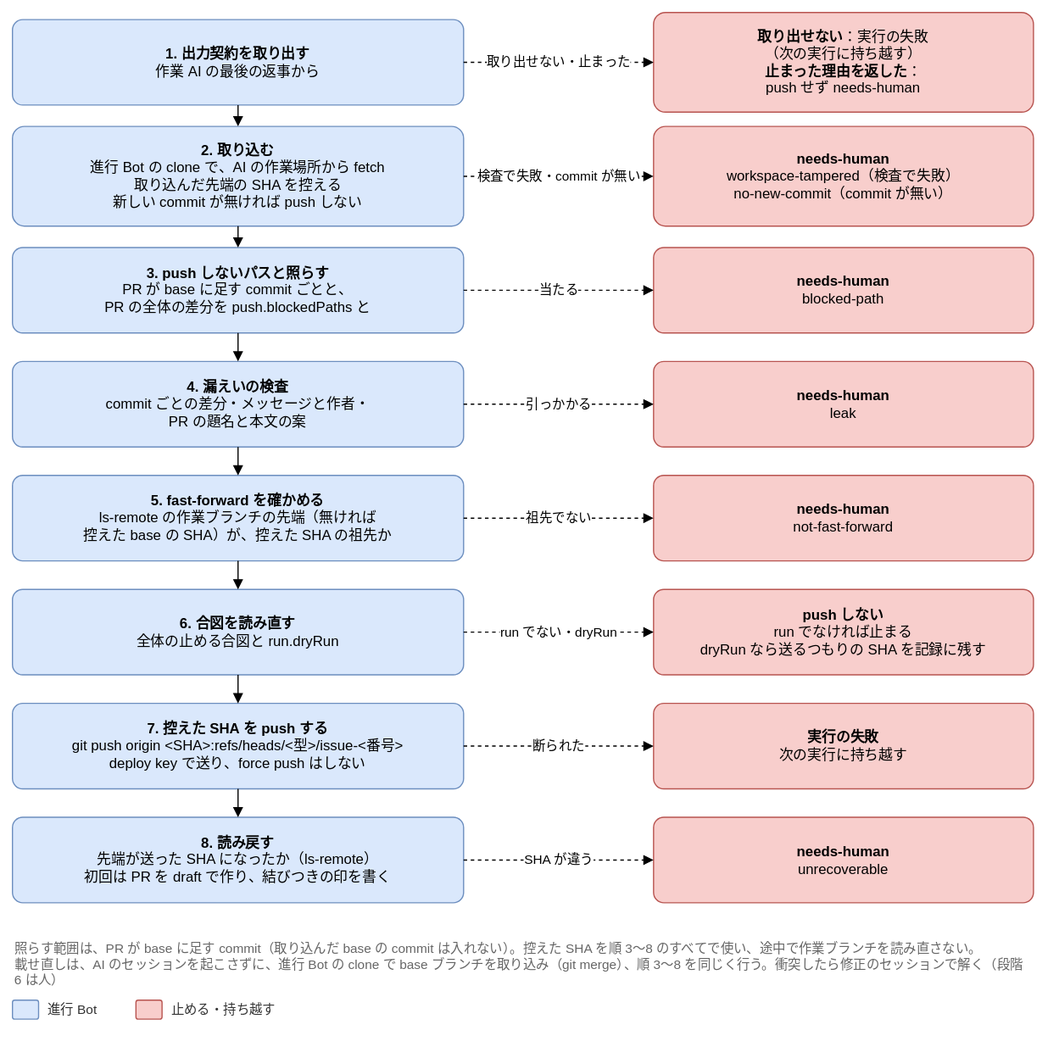
Above: docs/design/basic/diagrams/02-push.drawio.svg in Joymerrevent/dev-autopilot (draw.io), before the change. Source tidied: cells renumbered, new cells last; positions are measured from the earlier drawing's top-left corner, leaving out a move shared by most shapes.
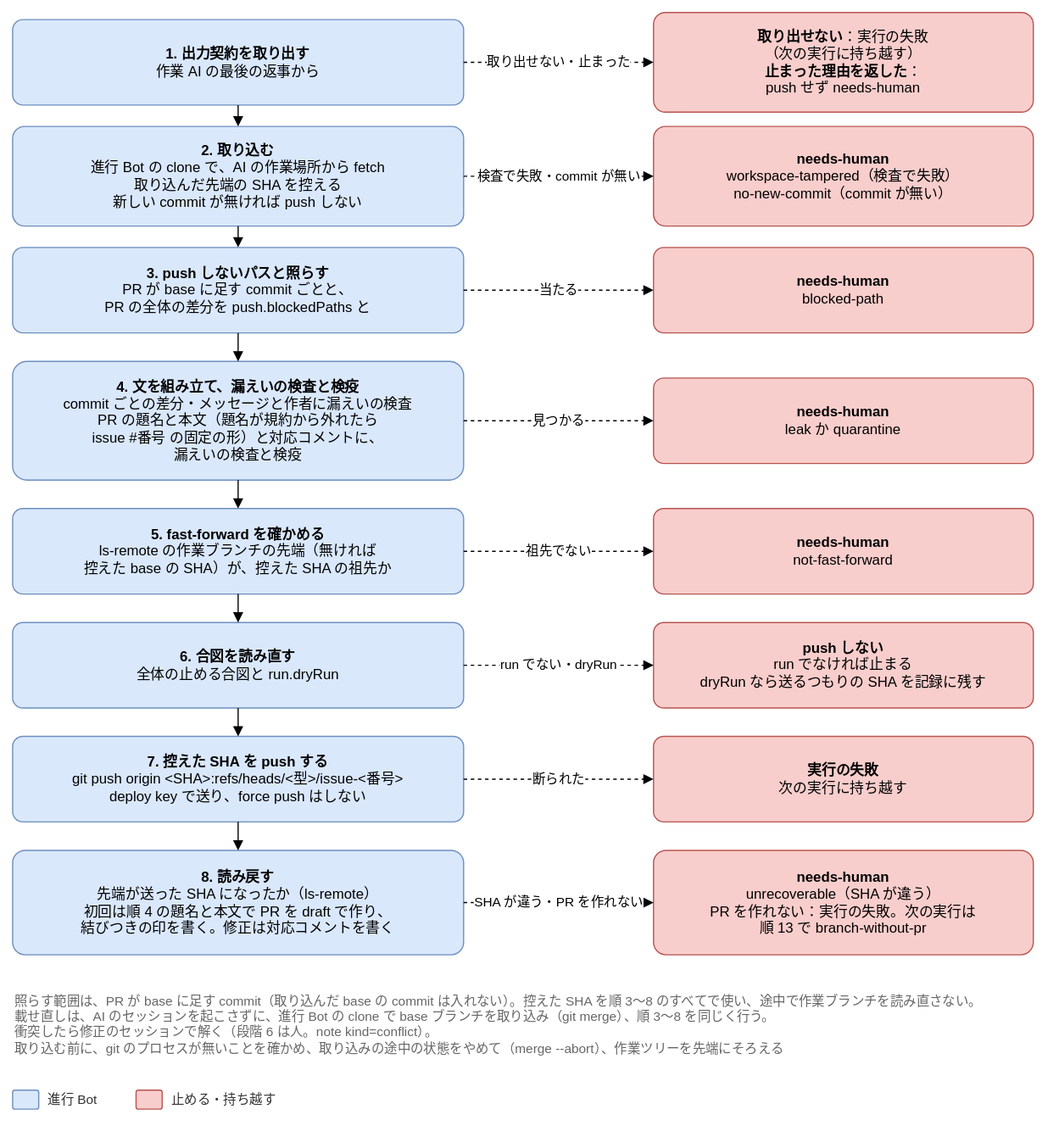
The same file after the commit.

What changed in the source:
```diff
@@ -35,23 +35,23 @@
     <mxCell id="12" style="edgeStyle=orthogonalEdgeStyle;rounded=1;html=1;endArrow=block;endFill=1;fontSize=11;labelBackgroundColor=#ffffff;exitX=0.5;exitY=1;exitDx=0;exitDy=0;entryX=0.5;entryY=0;entryDx=0;entryDy=0;" parent="1" edge="1" source="5" target="9">
       <mxGeometry relative="1" as="geometry" />
     </mxCell>
-    <mxCell id="13" value="&lt;b&gt;4. 漏えいの検査&lt;/b&gt;&lt;br&gt;commit ごとの差分・メッセージと作者・&lt;br&gt;PR の題名と本文の案" style="rounded=1;whiteSpace=wrap;html=1;fontSize=12;arcSize=12;spacing=12;fillColor=#dae8fc;strokeColor=#6c8ebf;" parent="1" vertex="1">
-      <mxGeometry y="294" width="380" height="72" as="geometry" />
+    <mxCell id="13" value="&lt;b&gt;4. 文を組み立て、漏えいの検査と検疫&lt;/b&gt;&lt;br&gt;commit ごとの差分・メッセージと作者に漏えいの検査&lt;br&gt;PR の題名と本文（題名が規約から外れたら&lt;br&gt;issue #番号 の固定の形）と対応コメントに、&lt;br&gt;漏えいの検査と検疫" style="rounded=1;whiteSpace=wrap;html=1;fontSize=12;arcSize=12;spacing=12;fillColor=#dae8fc;strokeColor=#6c8ebf;" parent="1" vertex="1">
+      <mxGeometry y="294" width="380" height="100" as="geometry" />
     </mxCell>
-    <mxCell id="14" value="&lt;b&gt;needs-human&lt;/b&gt;&lt;br&gt;leak" style="rounded=1;whiteSpace=wrap;html=1;fontSize=12;arcSize=12;spacing=12;fillColor=#f8cecc;strokeColor=#b85450;" parent="1" vertex="1">
-      <mxGeometry x="540" y="294" width="320" height="72" as="geometry" />
+    <mxCell id="14" value="&lt;b&gt;needs-human&lt;/b&gt;&lt;br&gt;leak か quarantine" style="rounded=1;whiteSpace=wrap;html=1;fontSize=12;arcSize=12;spacing=12;fillColor=#f8cecc;strokeColor=#b85450;" parent="1" vertex="1">
+      <mxGeometry x="540" y="308" width="320" height="72" as="geometry" />
     </mxCell>
-    <mxCell id="15" value="引っかかる" style="edgeStyle=orthogonalEdgeStyle;rounded=1;html=1;endArrow=block;endFill=1;fontSize=11;labelBackgroundColor=#ffffff;dashed=1;exitX=1;exitY=0.5;exitDx=0;exitDy=0;entryX=0;entryY=0.5;entryDx=0;entryDy=0;" parent="1" edge="1" source="13" target="14">
+    <mxCell id="15" value="見つかる" style="edgeStyle=orthogonalEdgeStyle;rounded=1;html=1;endArrow=block;endFill=1;fontSize=11;labelBackgroundColor=#ffffff;dashed=1;exitX=1;exitY=0.5;exitDx=0;exitDy=0;entryX=0;entryY=0.5;entryDx=0;entryDy=0;" parent="1" edge="1" source="13" target="14">
       <mxGeometry relative="1" as="geometry" />
     </mxCell>
     <mxCell id="16" style="edgeStyle=orthogonalEdgeStyle;rounded=1;html=1;endArrow=block;endFill=1;fontSize=11;labelBackgroundColor=#ffffff;exitX=0.5;exitY=1;exitDx=0;exitDy=0;entryX=0.5;entryY=0;entryDx=0;entryDy=0;" parent="1" edge="1" source="9" target="13">
       <mxGeometry relative="1" as="geometry" />
     </mxCell>
     <mxCell id="17" value="&lt;b&gt;5. fast-forward を確かめる&lt;/b&gt;&lt;br&gt;ls-remote の作業ブランチの先端（無ければ&lt;br&gt;控えた base の SHA）が、控えた SHA の祖先か" style="rounded=1;whiteSpace=wrap;html=1;fontSize=12;arcSize=12;spacing=12;fillColor=#dae8fc;strokeColor=#6c8ebf;" parent="1" vertex="1">
-      <mxGeometry y="390" width="380" height="72" as="geometry" />
+      <mxGeometry y="418" width="380" height="72" as="geometry" />
     </mxCell>
     <mxCell id="18" value="&lt;b&gt;needs-human&lt;/b&gt;&lt;br&gt;not-fast-forward" style="rounded=1;whiteSpace=wrap;html=1;fontSize=12;arcSize=12;spacing=12;fillColor=#f8cecc;strokeColor=#b85450;" parent="1" vertex="1">
-      <mxGeometry x="540" y="390" width="320" height="72" as="geometry" />
+      <mxGeometry x="540" y="418" width="320" height="72" as="geometry" />
     </mxCell>
     <mxCell id="19" value="祖先でない" style="edgeStyle=orthogonalEdgeStyle;rounded=1;html=1;endArrow=block;endFill=1;fontSize=11;labelBackgroundColor=#ffffff;dashed=1;exitX=1;exitY=0.5;exitDx=0;exitDy=0;entryX=0;entryY=0.5;entryDx=0;entryDy=0;" parent="1" edge="1" source="17" target="18">
       <mxGeometry relative="1" as="geometry" />
@@ -60,10 +60,10 @@
       <mxGeometry relative="1" as="geometry" />
     </mxCell>
     <mxCell id="21" value="&lt;b&gt;6. 合図を読み直す&lt;/b&gt;&lt;br&gt;全体の止める合図と run.dryRun" style="rounded=1;whiteSpace=wrap;html=1;fontSize=12;arcSize=12;spacing=12;fillColor=#dae8fc;strokeColor=#6c8ebf;" parent="1" vertex="1">
-      <mxGeometry y="486" width="380" height="72" as="geometry" />
+      <mxGeometry y="514" width="380" height="72" as="geometry" />
     </mxCell>
     <mxCell id="22" value="&lt;b&gt;push しない&lt;/b&gt;&lt;br&gt;run でなければ止まる&lt;br&gt;dryRun なら送るつもりの SHA を記録に残す" style="rounded=1;whiteSpace=wrap;html=1;fontSize=12;arcSize=12;spacing=12;fillColor=#f8cecc;strokeColor=#b85450;" parent="1" vertex="1">
-      <mxGeometry x="540" y="486" width="320" height="72" as="geometry" />
+      <mxGeometry x="540" y="514" width="320" height="72" as="geometry" />
     </mxCell>
     <mxCell id="23" value="run でない・dryRun" style="edgeStyle=orthogonalEdgeStyle;rounded=1;html=1;endArrow=block;endFill=1;fontSize=11;labelBackgroundColor=#ffffff;dashed=1;exitX=1;exitY=0.5;exitDx=0;exitDy=0;entryX=0;entryY=0.5;entryDx=0;entryDy=0;" parent="1" edge="1" source="21" target="22">
       <mxGeometry relative="1" as="geometry" />
@@ -72,10 +72,10 @@
       <mxGeometry relative="1" as="geometry" />
     </mxCell>
     <mxCell id="25" value="&lt;b&gt;7. 控えた SHA を push する&lt;/b&gt;&lt;br&gt;git push origin &amp;lt;SHA&amp;gt;:refs/heads/&amp;lt;型&amp;gt;/issue-&amp;lt;番号&amp;gt;&lt;br&gt;deploy key で送り、force push はしない" style="rounded=1;whiteSpace=wrap;html=1;fontSize=12;arcSize=12;spacing=12;fillColor=#dae8fc;strokeColor=#6c8ebf;" parent="1" vertex="1">
-      <mxGeometry y="582" width="380" height="72" as="geometry" />
+      <mxGeometry y="610" width="380" height="72" as="geometry" />
     </mxCell>
     <mxCell id="26" value="&lt;b&gt;実行の失敗&lt;/b&gt;&lt;br&gt;次の実行に持ち越す" style="rounded=1;whiteSpace=wrap;html=1;fontSize=12;arcSize=12;spacing=12;fillColor=#f8cecc;strokeColor=#b85450;" parent="1" vertex="1">
-      <mxGeometry x="540" y="582" width="320" height="72" as="geometry" />
+      <mxGeometry x="540" y="610" width="320" height="72" as="geometry" />
     </mxCell>
     <mxCell id="27" value="断られた" style="edgeStyle=orthogonalEdgeStyle;rounded=1;html=1;endArrow=block;endFill=1;fontSize=11;labelBackgroundColor=#ffffff;dashed=1;exitX=1;exitY=0.5;exitDx=0;exitDy=0;entryX=0;entryY=0.5;entryDx=0;entryDy=0;" parent="1" edge="1" source="25" target="26">
       <mxGeometry relative="1" as="geometry" />
@@ -83,32 +83,32 @@
     <mxCell id="28" style="edgeStyle=orthogonalEdgeStyle;rounded=1;html=1;endArrow=block;endFill=1;fontSize=11;labelBackgroundColor=#ffffff;exitX=0.5;exitY=1;exitDx=0;exitDy=0;entryX=0.5;entryY=0;entryDx=0;entryDy=0;" parent="1" edge="1" source="21" target="25">
       <mxGeometry relative="1" as="geometry" />
     </mxCell>
-    <mxCell id="29" value="&lt;b&gt;8. 読み戻す&lt;/b&gt;&lt;br&gt;先端が送った SHA になったか（ls-remote）&lt;br&gt;初回は PR を draft で作り、結びつきの印を書く" style="rounded=1;whiteSpace=wrap;html=1;fontSize=12;arcSize=12;spacing=12;fillColor=#dae8fc;strokeColor=#6c8ebf;" parent="1" vertex="1">
-      <mxGeometry y="678" width="380" height="72" as="geometry" />
+    <mxCell id="29" value="&lt;b&gt;8. 読み戻す&lt;/b&gt;&lt;br&gt;先端が送った SHA になったか（ls-remote）&lt;br&gt;初回は順 4 の題名と本文で PR を draft で作り、&lt;br&gt;結びつきの印を書く。修正は対応コメントを書く" style="rounded=1;whiteSpace=wrap;html=1;fontSize=12;arcSize=12;spacing=12;fillColor=#dae8fc;strokeColor=#6c8ebf;" parent="1" vertex="1">
+      <mxGeometry y="706" width="380" height="88" as="geometry" />
     </mxCell>
-    <mxCell id="30" value="&lt;b&gt;needs-human&lt;/b&gt;&lt;br&gt;unrecoverable" style="rounded=1;whiteSpace=wrap;html=1;fontSize=12;arcSize=12;spacing=12;fillColor=#f8cecc;strokeColor=#b85450;" parent="1" vertex="1">
-      <mxGeometry x="540" y="678" width="320" height="72" as="geometry" />
+    <mxCell id="30" value="&lt;b&gt;needs-human&lt;/b&gt;&lt;br&gt;unrecoverable（SHA が違う）&lt;br&gt;PR を作れない：実行の失敗。次の実行は&lt;br&gt;順 13 で branch-without-pr" style="rounded=1;whiteSpace=wrap;html=1;fontSize=12;arcSize=12;spacing=12;fillColor=#f8cecc;strokeColor=#b85450;" parent="1" vertex="1">
+      <mxGeometry x="540" y="706" width="320" height="88" as="geometry" />
     </mxCell>
-    <mxCell id="31" value="SHA が違う" style="edgeStyle=orthogonalEdgeStyle;rounded=1;html=1;endArrow=block;endFill=1;fontSize=11;labelBackgroundColor=#ffffff;dashed=1;exitX=1;exitY=0.5;exitDx=0;exitDy=0;entryX=0;entryY=0.5;entryDx=0;entryDy=0;" parent="1" edge="1" source="29" target="30">
+    <mxCell id="31" value="SHA が違う・PR を作れない" style="edgeStyle=orthogonalEdgeStyle;rounded=1;html=1;endArrow=block;endFill=1;fontSize=11;labelBackgroundColor=#ffffff;dashed=1;exitX=1;exitY=0.5;exitDx=0;exitDy=0;entryX=0;entryY=0.5;entryDx=0;entryDy=0;" parent="1" edge="1" source="29" target="30">
       <mxGeometry relative="1" as="geometry" />
     </mxCell>
     <mxCell id="32" style="edgeStyle=orthogonalEdgeStyle;rounded=1;html=1;endArrow=block;endFill=1;fontSize=11;labelBackgroundColor=#ffffff;exitX=0.5;exitY=1;exitDx=0;exitDy=0;entryX=0.5;entryY=0;entryDx=0;entryDy=0;" parent="1" edge="1" source="25" target="29">
       <mxGeometry relative="1" as="geometry" />
     </mxCell>
-    <mxCell id="33" value="照らす範囲は、PR が base に足す commit（取り込んだ base の commit は入れない）。控えた SHA を順 3〜8 のすべてで使い、途中で作業ブランチを読み直さない。&lt;br&gt;載せ直しは、AI のセッションを起こさずに、進行 Bot の clone で base ブランチを取り込み（git merge）、順 3〜8 を同じく行う。衝突したら修正のセッションで解く（段階 6 は人）" style="text;html=1;whiteSpace=wrap;align=left;verticalAlign=top;fontSize=11;fontColor=#666666;" parent="1" vertex="1">
-      <mxGeometry y="776" width="860" height="54" as="geometry" />
+    <mxCell id="33" value="照らす範囲は、PR が base に足す commit（取り込んだ base の commit は入れない）。控えた SHA を順 3〜8 のすべてで使い、途中で作業ブランチを読み直さない。&lt;br&gt;載せ直しは、AI のセッションを起こさずに、進行 Bot の clone で base ブランチを取り込み（git merge）、順 3〜8 を同じく行う。&lt;br&gt;衝突したら修正のセッションで解く（段階 6 は人。note kind=conflict）。&lt;br&gt;取り込む前に、git のプロセスが無いことを確かめ、取り込みの途中の状態をやめて（merge --abort）、作業ツリーを先端にそろえる" style="text;html=1;whiteSpace=wrap;align=left;verticalAlign=top;fontSize=11;fontColor=#666666;" parent="1" vertex="1">
+      <mxGeometry y="820" width="860" height="70" as="geometry" />
     </mxCell>
     <mxCell id="34" style="rounded=1;whiteSpace=wrap;html=1;fontSize=12;arcSize=12;spacing=12;fillColor=#dae8fc;strokeColor=#6c8ebf;" parent="1" vertex="1">
-      <mxGeometry y="832" width="22" height="16" as="geometry" />
+      <mxGeometry y="908" width="22" height="16" as="geometry" />
     </mxCell>
     <mxCell id="35" value="進行 Bot" style="text;html=1;align=left;verticalAlign=middle;fontSize=11;fontColor=#333333;" parent="1" vertex="1">
-      <mxGeometry x="28" y="830" width="60" height="20" as="geometry" />
+      <mxGeometry x="28" y="906" width="60" height="20" as="geometry" />
     </mxCell>
     <mxCell id="36" style="rounded=1;whiteSpace=wrap;html=1;fontSize=12;arcSize=12;spacing=12;fillColor=#f8cecc;strokeColor=#b85450;" parent="1" vertex="1">
-      <mxGeometry x="104" y="832" width="22" height="16" as="geometry" />
+      <mxGeometry x="104" y="908" width="22" height="16" as="geometry" />
     </mxCell>
     <mxCell id="37" value="止める・持ち越す" style="text;html=1;align=left;verticalAlign=middle;fontSize=11;fontColor=#333333;" parent="1" vertex="1">
-      <mxGeometry x="132" y="830" width="106" height="20" as="geometry" />
+      <mxGeometry x="132" y="906" width="106" height="20" as="geometry" />
     </mxCell>
   </root>
 </mxGraphModel>
```
